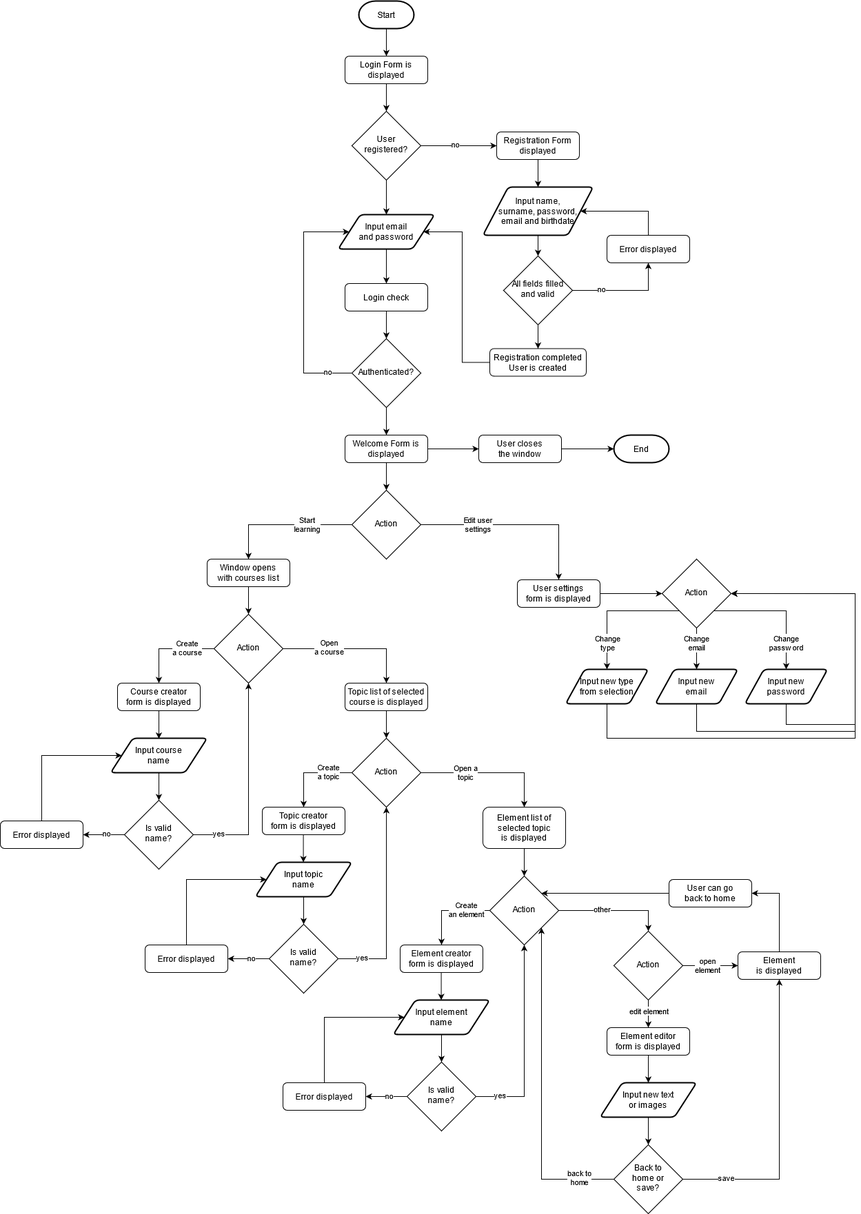
This is docs/img/Flow chart.png from KilliKrate/Software-Documentation-G6, a draw.io export, as it was before one commit. Source tidied: cells renumbered, new cells last; positions are measured from the earlier drawing's top-left corner, leaving out a move shared by most shapes.
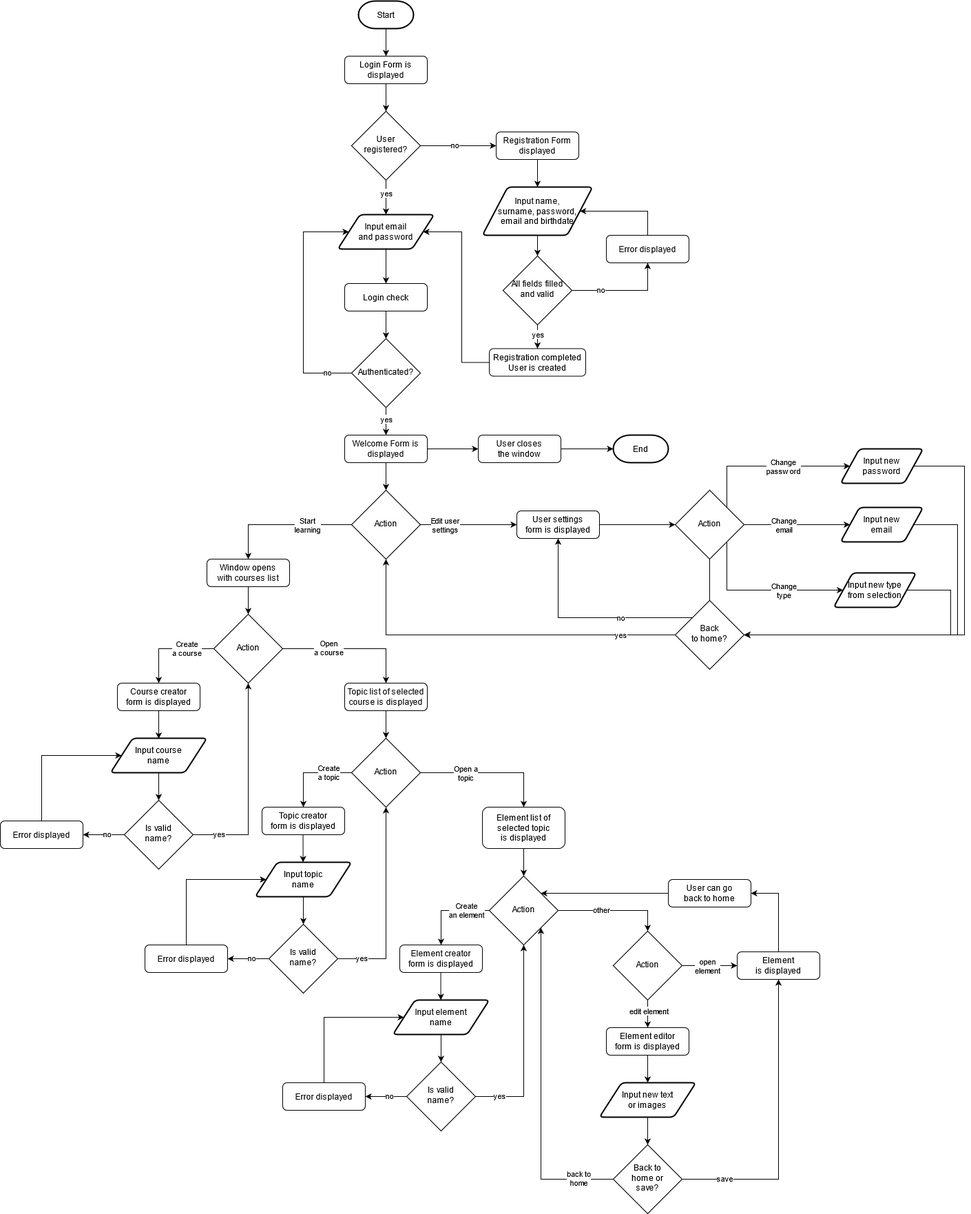
Above is the later version.

Commit message:
Little fix to Flow Chart in Architecture and Design doc

Change to the diagram source:
```diff
@@ -30,6 +30,11 @@
     <mxCell id="9" style="edgeStyle=orthogonalEdgeStyle;rounded=0;jettySize=auto;html=1;entryX=0.5;entryY=0;entryDx=0;entryDy=0;" parent="1" edge="1" source="10" target="24">
       <mxGeometry relative="1" as="geometry" />
     </mxCell>
+    <mxCell id="128" value="yes" style="edgeLabel;html=1;align=center;verticalAlign=middle;" parent="9" vertex="1">
+      <mxGeometry x="-0.25" y="1" relative="1" as="geometry">
+        <mxPoint x="-1" as="offset" />
+      </mxGeometry>
+    </mxCell>
     <mxCell id="10" value="User registered?" style="rhombus;whiteSpace=wrap;html=1;shadow=0;fontFamily=Helvetica;fontSize=12;align=center;strokeWidth=1;spacing=6;spacingTop=-4;" parent="1" vertex="1">
       <mxGeometry x="510" y="160" width="100" height="100" as="geometry" />
     </mxCell>
@@ -61,6 +66,11 @@
     <mxCell id="17" style="edgeStyle=orthogonalEdgeStyle;rounded=0;jettySize=auto;html=1;entryX=0.5;entryY=0;entryDx=0;entryDy=0;" parent="1" edge="1" source="18" target="20">
       <mxGeometry relative="1" as="geometry" />
     </mxCell>
+    <mxCell id="129" value="yes" style="edgeLabel;html=1;align=center;verticalAlign=middle;" parent="17" vertex="1">
+      <mxGeometry x="0.12" y="1" relative="1" as="geometry">
+        <mxPoint x="-1" y="-2" as="offset" />
+      </mxGeometry>
+    </mxCell>
     <mxCell id="18" value="All fields filled&lt;br&gt;and valid" style="rhombus;whiteSpace=wrap;html=1;shadow=0;fontFamily=Helvetica;fontSize=12;align=center;strokeWidth=1;spacing=6;spacingTop=-4;" parent="1" vertex="1">
       <mxGeometry x="730" y="370" width="100" height="100" as="geometry" />
     </mxCell>
@@ -111,6 +121,11 @@
     <mxCell id="29" style="edgeStyle=orthogonalEdgeStyle;rounded=0;jettySize=auto;html=1;entryX=0.5;entryY=0;entryDx=0;entryDy=0;" parent="1" edge="1" source="30" target="33">
       <mxGeometry relative="1" as="geometry" />
     </mxCell>
+    <mxCell id="130" value="yes" style="edgeLabel;html=1;align=center;verticalAlign=middle;" parent="29" vertex="1">
+      <mxGeometry x="-0.31" relative="1" as="geometry">
+        <mxPoint y="2" as="offset" />
+      </mxGeometry>
+    </mxCell>
     <mxCell id="30" value="Authenticated?" style="rhombus;whiteSpace=wrap;html=1;shadow=0;fontFamily=Helvetica;fontSize=12;align=center;strokeWidth=1;spacing=6;spacingTop=-4;" parent="1" vertex="1">
       <mxGeometry x="510" y="490" width="100" height="100" as="geometry" />
     </mxCell>
@@ -131,7 +146,7 @@
         <mxPoint x="6.8" y="-2" as="offset" />
       </mxGeometry>
     </mxCell>
-    <mxCell id="36" style="edgeStyle=orthogonalEdgeStyle;rounded=0;jettySize=auto;html=1;exitX=1;exitY=0.5;exitDx=0;exitDy=0;entryX=0.5;entryY=0;entryDx=0;entryDy=0;" parent="1" edge="1" source="38" target="42">
+    <mxCell id="36" style="edgeStyle=orthogonalEdgeStyle;rounded=0;jettySize=auto;html=1;exitX=1;exitY=0.5;exitDx=0;exitDy=0;entryX=0;entryY=0.5;entryDx=0;entryDy=0;" parent="1" edge="1" source="38" target="42">
       <mxGeometry relative="1" as="geometry" />
     </mxCell>
     <mxCell id="37" value="Edit user&lt;br&gt;settings" style="edgeLabel;html=1;align=center;verticalAlign=middle;" parent="36" vertex="1">
@@ -152,7 +167,7 @@
       <mxGeometry relative="1" as="geometry" />
     </mxCell>
     <mxCell id="42" value="User settings&lt;br&gt;form is displayed" style="rounded=1;whiteSpace=wrap;html=1;fontSize=12;glass=0;strokeWidth=1;shadow=0;" parent="1" vertex="1">
-      <mxGeometry x="750" y="840" width="120" height="40" as="geometry" />
+      <mxGeometry x="750" y="740" width="120" height="40" as="geometry" />
     </mxCell>
     <mxCell id="43" style="edgeStyle=orthogonalEdgeStyle;rounded=0;jettySize=auto;html=1;entryX=0;entryY=0.5;entryDx=0;entryDy=0;entryPerimeter=0;" parent="1" edge="1" source="44" target="6">
       <mxGeometry relative="1" as="geometry" />
@@ -280,7 +295,7 @@
     </mxCell>
     <mxCell id="75" value="no" style="edgeLabel;html=1;align=center;verticalAlign=middle;" parent="74" vertex="1">
       <mxGeometry x="0.11" relative="1" as="geometry">
-        <mxPoint x="7" y="-1" as="offset" />
+        <mxPoint x="7" y="-2" as="offset" />
       </mxGeometry>
     </mxCell>
     <mxCell id="76" style="edgeStyle=orthogonalEdgeStyle;rounded=0;jettySize=auto;html=1;entryX=0.5;entryY=1;entryDx=0;entryDy=0;" parent="1" edge="1" source="78" target="67">
@@ -357,7 +372,7 @@
     </mxCell>
     <mxCell id="91" value="no" style="edgeLabel;html=1;align=center;verticalAlign=middle;" parent="90" vertex="1">
       <mxGeometry x="0.11" relative="1" as="geometry">
-        <mxPoint x="7" y="-1" as="offset" />
+        <mxPoint x="7" y="-2" as="offset" />
       </mxGeometry>
     </mxCell>
     <mxCell id="92" style="edgeStyle=orthogonalEdgeStyle;rounded=0;jettySize=auto;html=1;entryX=0.5;entryY=1;entryDx=0;entryDy=0;" parent="1" edge="1" source="94">
@@ -444,70 +459,97 @@
     <mxCell id="114" value="User can go&lt;br&gt;back to home" style="rounded=1;whiteSpace=wrap;html=1;fontSize=12;glass=0;strokeWidth=1;shadow=0;" parent="1" vertex="1">
       <mxGeometry x="970" y="1275" width="120" height="40" as="geometry" />
     </mxCell>
-    <mxCell id="115" style="edgeStyle=orthogonalEdgeStyle;rounded=0;jettySize=auto;html=1;exitX=0;exitY=1;exitDx=0;exitDy=0;entryX=0.5;entryY=0;entryDx=0;entryDy=0;" parent="1" edge="1" source="121" target="123">
-      <mxGeometry relative="1" as="geometry" />
+    <mxCell id="115" style="edgeStyle=orthogonalEdgeStyle;rounded=0;jettySize=auto;html=1;exitX=1;exitY=1;exitDx=0;exitDy=0;entryX=0;entryY=0.5;entryDx=0;entryDy=0;" parent="1" edge="1" source="121" target="123">
+      <mxGeometry relative="1" as="geometry">
+        <Array as="points">
+          <mxPoint x="1055" y="855" />
+        </Array>
+      </mxGeometry>
     </mxCell>
     <mxCell id="116" value="Change&lt;br&gt;type" style="edgeLabel;html=1;align=center;verticalAlign=middle;" parent="115" vertex="1">
       <mxGeometry x="0.54" y="1" relative="1" as="geometry">
-        <mxPoint y="5" as="offset" />
+        <mxPoint x="-31.9" y="1" as="offset" />
       </mxGeometry>
     </mxCell>
-    <mxCell id="117" style="edgeStyle=orthogonalEdgeStyle;rounded=0;jettySize=auto;html=1;entryX=0.5;entryY=0;entryDx=0;entryDy=0;" parent="1" edge="1" source="121" target="125">
+    <mxCell id="117" style="edgeStyle=orthogonalEdgeStyle;rounded=0;jettySize=auto;html=1;entryX=0;entryY=0.5;entryDx=0;entryDy=0;" parent="1" edge="1" source="121" target="125">
       <mxGeometry relative="1" as="geometry" />
     </mxCell>
     <mxCell id="118" value="Change&lt;br&gt;email" style="edgeLabel;html=1;align=center;verticalAlign=middle;" parent="117" vertex="1">
       <mxGeometry x="-0.43" relative="1" as="geometry">
-        <mxPoint y="4.8" as="offset" />
+        <mxPoint x="13" as="offset" />
       </mxGeometry>
     </mxCell>
-    <mxCell id="119" style="edgeStyle=orthogonalEdgeStyle;rounded=0;jettySize=auto;html=1;exitX=1;exitY=1;exitDx=0;exitDy=0;entryX=0.5;entryY=0;entryDx=0;entryDy=0;" parent="1" edge="1" source="121" target="127">
-      <mxGeometry relative="1" as="geometry" />
+    <mxCell id="119" style="edgeStyle=orthogonalEdgeStyle;rounded=0;jettySize=auto;html=1;exitX=1;exitY=0;exitDx=0;exitDy=0;entryX=0;entryY=0.5;entryDx=0;entryDy=0;" parent="1" edge="1" source="121" target="127">
+      <mxGeometry relative="1" as="geometry">
+        <Array as="points">
+          <mxPoint x="1055" y="675" />
+        </Array>
+      </mxGeometry>
     </mxCell>
     <mxCell id="120" value="Change&lt;br&gt;password" style="edgeLabel;html=1;align=center;verticalAlign=middle;" parent="119" vertex="1">
       <mxGeometry x="0.62" relative="1" as="geometry">
-        <mxPoint y="-2" as="offset" />
+        <mxPoint x="-51.4" as="offset" />
       </mxGeometry>
     </mxCell>
+    <mxCell id="131" style="edgeStyle=orthogonalEdgeStyle;rounded=0;jettySize=auto;html=1;" parent="1" edge="1" source="121">
+      <mxGeometry relative="1" as="geometry">
+        <mxPoint x="1030" y="920" as="targetPoint" />
+      </mxGeometry>
+    </mxCell>
     <mxCell id="121" value="Action" style="rhombus;whiteSpace=wrap;html=1;shadow=0;fontFamily=Helvetica;fontSize=12;align=center;strokeWidth=1;spacing=6;spacingTop=-4;" parent="1" vertex="1">
-      <mxGeometry x="960" y="810" width="100" height="100" as="geometry" />
+      <mxGeometry x="980" y="710" width="100" height="100" as="geometry" />
     </mxCell>
-    <mxCell id="122" style="edgeStyle=orthogonalEdgeStyle;rounded=0;jettySize=auto;html=1;entryX=1;entryY=0.5;entryDx=0;entryDy=0;" parent="1" edge="1" source="123" target="121">
-      <mxGeometry relative="1" as="geometry">
-        <Array as="points">
-          <mxPoint x="880" y="1070" />
-          <mxPoint x="1240" y="1070" />
-          <mxPoint x="1240" y="860" />
-        </Array>
-      </mxGeometry>
-    </mxCell>
+    <mxCell id="132" style="edgeStyle=orthogonalEdgeStyle;rounded=0;jettySize=auto;html=1;entryX=1;entryY=0.5;entryDx=0;entryDy=0;" parent="1" edge="1" source="123" target="139">
+      <mxGeometry relative="1" as="geometry">
+        <Array as="points">
+          <mxPoint x="1380" y="855" />
+          <mxPoint x="1380" y="920" />
+        </Array>
+      </mxGeometry>
+    </mxCell>
     <mxCell id="123" value="Input new type&lt;br&gt;from selection" style="shape=parallelogram;html=1;strokeWidth=2;perimeter=parallelogramPerimeter;whiteSpace=wrap;rounded=1;arcSize=12;size=0.23;" parent="1" vertex="1">
-      <mxGeometry x="820" y="970" width="120" height="50" as="geometry" />
+      <mxGeometry x="1210" y="830" width="120" height="50" as="geometry" />
     </mxCell>
-    <mxCell id="124" style="edgeStyle=orthogonalEdgeStyle;rounded=0;jettySize=auto;html=1;" parent="1" edge="1" source="125">
-      <mxGeometry relative="1" as="geometry">
-        <mxPoint x="1060" y="860" as="targetPoint" />
-        <Array as="points">
-          <mxPoint x="1010" y="1060" />
-          <mxPoint x="1240" y="1060" />
-          <mxPoint x="1240" y="860" />
-        </Array>
-      </mxGeometry>
-    </mxCell>
+    <mxCell id="133" style="edgeStyle=orthogonalEdgeStyle;rounded=0;jettySize=auto;html=1;entryX=1;entryY=0.5;entryDx=0;entryDy=0;" parent="1" edge="1" source="125" target="139">
+      <mxGeometry relative="1" as="geometry">
+        <Array as="points">
+          <mxPoint x="1390" y="760" />
+          <mxPoint x="1390" y="920" />
+        </Array>
+      </mxGeometry>
+    </mxCell>
     <mxCell id="125" value="Input new&lt;br&gt;email" style="shape=parallelogram;html=1;strokeWidth=2;perimeter=parallelogramPerimeter;whiteSpace=wrap;rounded=1;arcSize=12;size=0.23;" parent="1" vertex="1">
-      <mxGeometry x="950" y="970" width="120" height="50" as="geometry" />
+      <mxGeometry x="1220" y="735" width="120" height="50" as="geometry" />
     </mxCell>
-    <mxCell id="126" style="edgeStyle=orthogonalEdgeStyle;rounded=0;jettySize=auto;html=1;" parent="1" edge="1" source="127">
-      <mxGeometry relative="1" as="geometry">
-        <mxPoint x="1060" y="860" as="targetPoint" />
-        <Array as="points">
-          <mxPoint x="1140" y="1050" />
-          <mxPoint x="1240" y="1050" />
-          <mxPoint x="1240" y="860" />
-        </Array>
-      </mxGeometry>
-    </mxCell>
+    <mxCell id="134" style="edgeStyle=orthogonalEdgeStyle;rounded=0;jettySize=auto;html=1;entryX=1;entryY=0.5;entryDx=0;entryDy=0;" parent="1" edge="1" source="127" target="139">
+      <mxGeometry relative="1" as="geometry">
+        <Array as="points">
+          <mxPoint x="1400" y="675" />
+          <mxPoint x="1400" y="920" />
+        </Array>
+      </mxGeometry>
+    </mxCell>
     <mxCell id="127" value="Input new&lt;br&gt;password" style="shape=parallelogram;html=1;strokeWidth=2;perimeter=parallelogramPerimeter;whiteSpace=wrap;rounded=1;arcSize=12;size=0.23;" parent="1" vertex="1">
-      <mxGeometry x="1080" y="970" width="120" height="50" as="geometry" />
+      <mxGeometry x="1220" y="650" width="120" height="50" as="geometry" />
     </mxCell>
+    <mxCell id="135" style="edgeStyle=orthogonalEdgeStyle;rounded=0;jettySize=auto;html=1;entryX=0.5;entryY=1;entryDx=0;entryDy=0;" parent="1" edge="1" source="139" target="38">
+      <mxGeometry relative="1" as="geometry" />
+    </mxCell>
+    <mxCell id="136" value="yes" style="edgeLabel;html=1;align=center;verticalAlign=middle;" parent="135" vertex="1">
+      <mxGeometry x="-0.7" y="1" relative="1" as="geometry">
+        <mxPoint x="-1" y="-2" as="offset" />
+      </mxGeometry>
+    </mxCell>
+    <mxCell id="137" style="edgeStyle=orthogonalEdgeStyle;rounded=0;jettySize=auto;html=1;exitX=0;exitY=0;exitDx=0;exitDy=0;entryX=0.5;entryY=1;entryDx=0;entryDy=0;" parent="1" edge="1" source="139" target="42">
+      <mxGeometry relative="1" as="geometry" />
+    </mxCell>
+    <mxCell id="138" value="no" style="edgeLabel;html=1;align=center;verticalAlign=middle;" parent="137" vertex="1">
+      <mxGeometry x="-0.28" y="-1" relative="1" as="geometry">
+        <mxPoint x="7" as="offset" />
+      </mxGeometry>
+    </mxCell>
+    <mxCell id="139" value="Back&lt;br&gt;to home?" style="rhombus;whiteSpace=wrap;html=1;shadow=0;fontFamily=Helvetica;fontSize=12;align=center;strokeWidth=1;spacing=6;spacingTop=-4;" parent="1" vertex="1">
+      <mxGeometry x="980" y="870" width="100" height="100" as="geometry" />
+    </mxCell>
   </root>
 </mxGraphModel>
```
